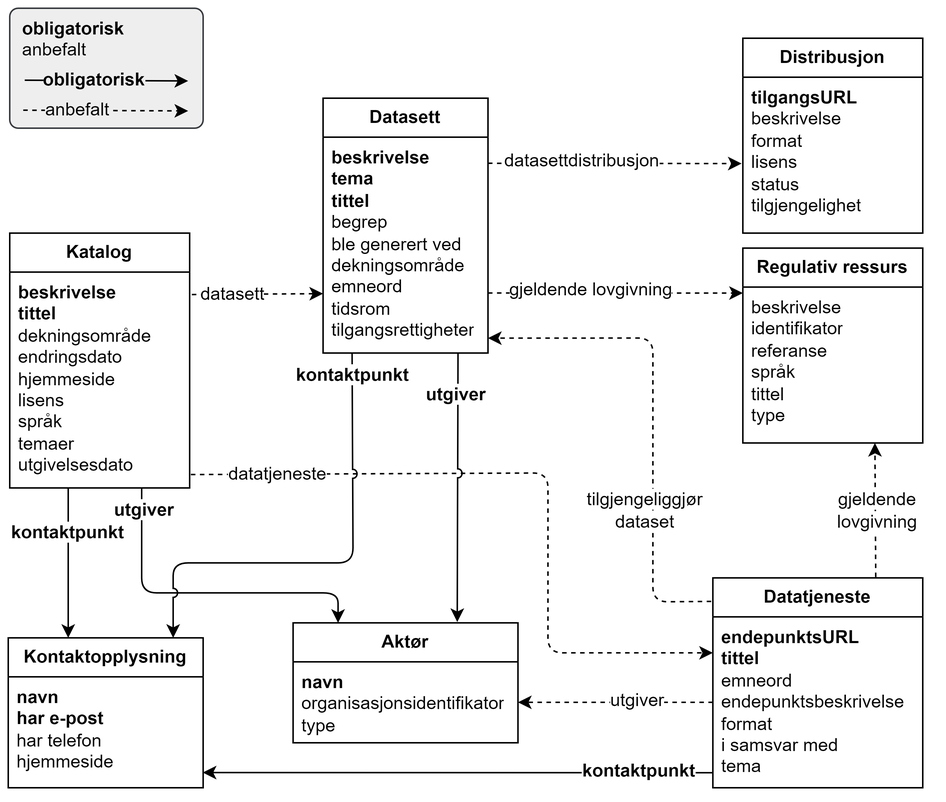
Before: docs/images/DCAT-AP-NO-forenklet-fremstilling.png, a diagram exported from draw.io (Informasjonsforvaltning/dcat-ap-no). Source tidied: cells renumbered, new cells last; positions are measured from the earlier drawing's top-left corner, leaving out a move shared by most shapes.
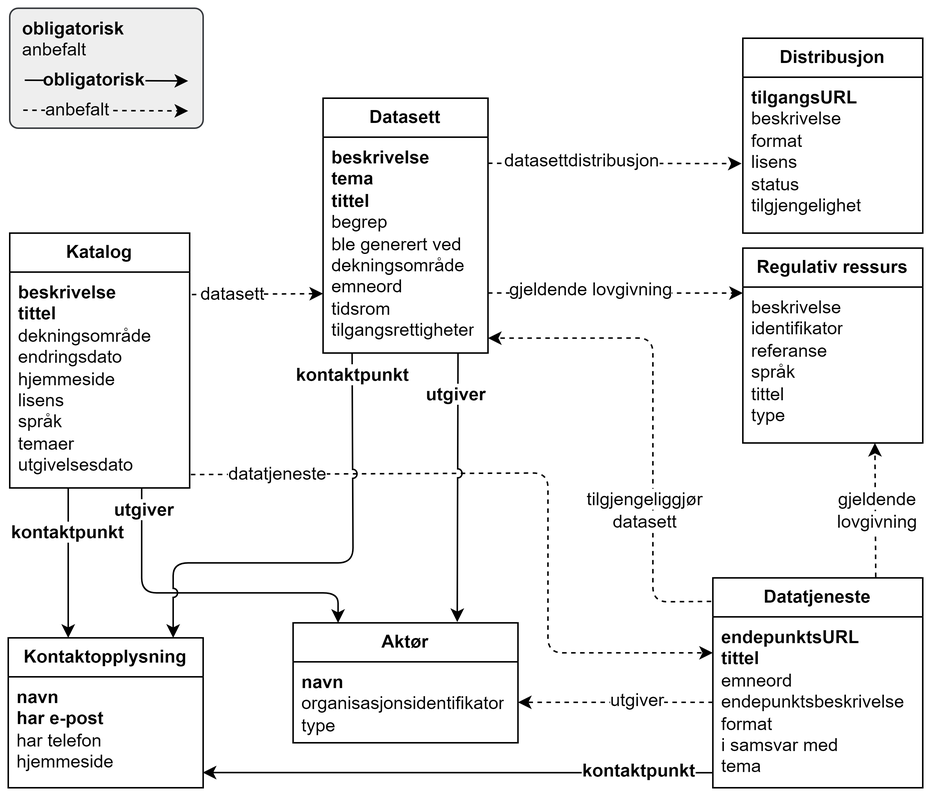
Later version of the same file.

Commit message:
Retter opp skrivefeil i Forenklet fremstilling

Change to the diagram source:
```diff
@@ -144,7 +144,7 @@
         </Array>
       </mxGeometry>
     </mxCell>
-    <mxCell id="39" value="&lt;div&gt;&lt;span style=&quot;background-color: rgb(255, 255, 255);&quot;&gt;tilgjengeliggjør dataset&lt;/span&gt;&lt;/div&gt;" style="text;html=1;align=center;verticalAlign=middle;whiteSpace=wrap;rounded=0;" parent="1" vertex="1">
+    <mxCell id="39" value="&lt;div&gt;&lt;span style=&quot;background-color: rgb(255, 255, 255);&quot;&gt;tilgjengeliggjør datasett&lt;/span&gt;&lt;/div&gt;" style="text;html=1;align=center;verticalAlign=middle;whiteSpace=wrap;rounded=0;" parent="1" vertex="1">
       <mxGeometry x="380" y="320" width="90" height="30" as="geometry" />
     </mxCell>
     <mxCell id="40" value="&lt;b&gt;&amp;nbsp; obligatorisk&lt;/b&gt;&lt;div&gt;&amp;nbsp; anbefalt&lt;/div&gt;" style="rounded=1;whiteSpace=wrap;html=1;align=left;verticalAlign=top;arcSize=7;fillColor=#eeeeee;strokeColor=#36393d;" parent="1" vertex="1">
```
